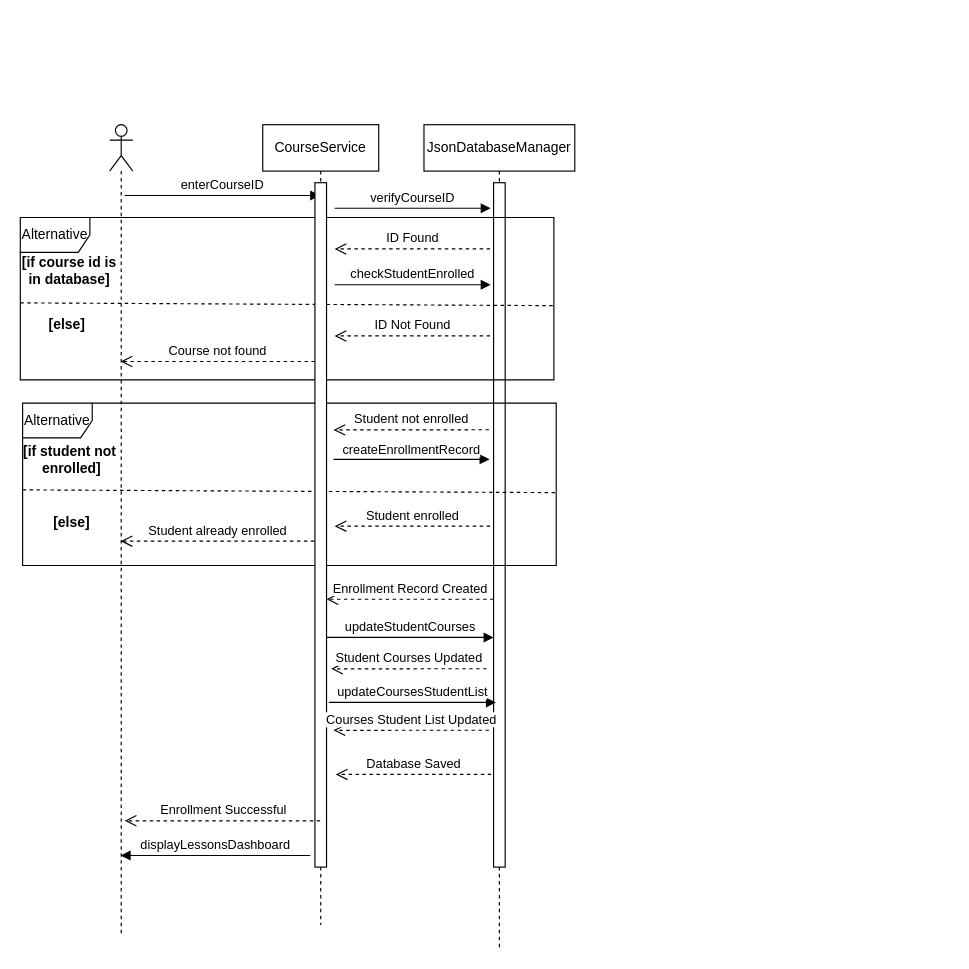
Before: sequenceDiagram.drawio in catray05/prog2_lab6, a draw.io diagram. Source tidied: cells renumbered, new cells numbered last; positions are measured from the earlier drawing's top-left corner, leaving out a move shared by most shapes. Both pictures are drawn from the tidied source at 116%, with x=0, y=0 at pixel (20, 124).
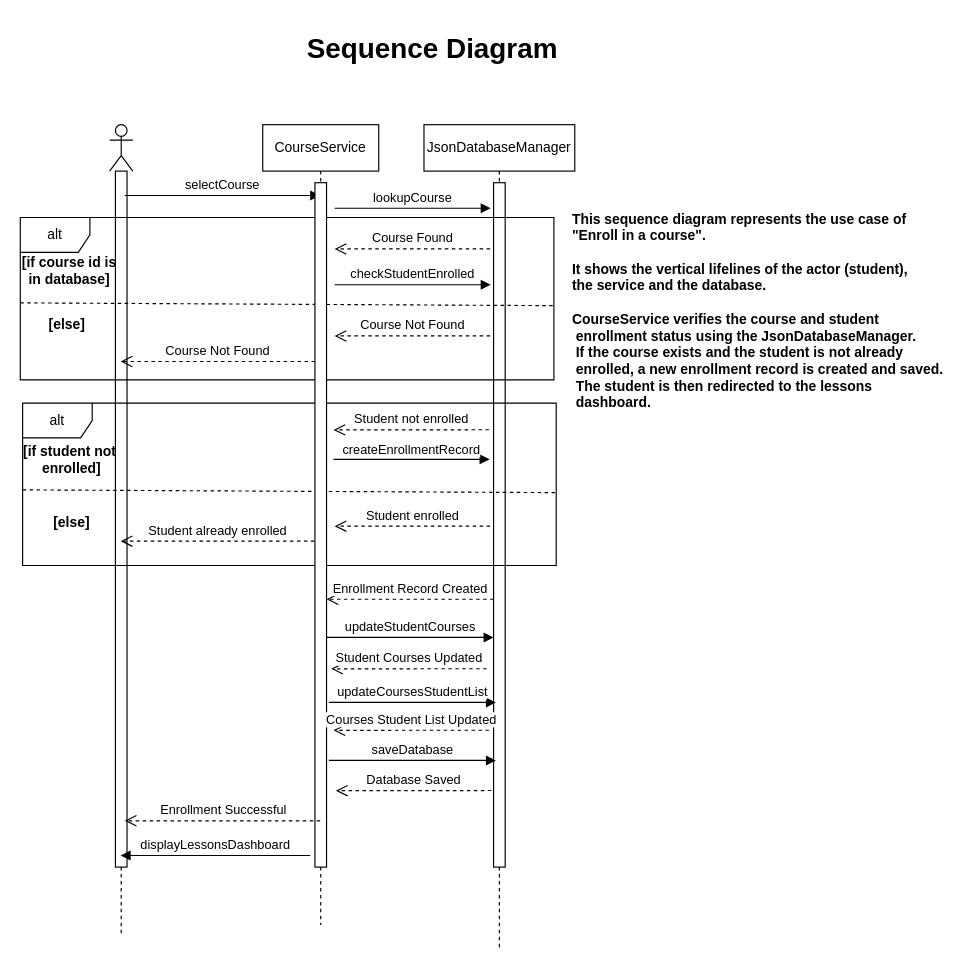
The same diagram, later.

Commit message:
added brief description

The change refers to these unchanged cells:
```xml
<mxCell id="2" style="shape=umlLifeline;perimeter=lifelinePerimeter;whiteSpace=wrap;html=1;outlineConnect=0;portConstraint=eastwest;newEdgeStyle={&quot;curved&quot;:0,&quot;rounded&quot;:0};participant=umlActor;" parent="1" vertex="1">
  <mxGeometry x="77" width="20" height="700" as="geometry" />
</mxCell>
<mxCell id="3" value="CourseService" style="shape=umlLifeline;perimeter=lifelinePerimeter;whiteSpace=wrap;html=1;outlineConnect=0;portConstraint=eastwest;newEdgeStyle={&quot;curved&quot;:0,&quot;rounded&quot;:0};" parent="1" vertex="1">
  <mxGeometry x="209" width="100" height="690" as="geometry" />
</mxCell>
```

Diff of the diagram source:
```diff
@@
+    <mxCell id="33" style="html=1;perimeter=orthogonalPerimeter;targetShapes=umlLifeline;newEdgeStyle={&quot;curved&quot;:0,&quot;rounded&quot;:0};" parent="2" vertex="1">
+      <mxGeometry x="5" y="40" width="10" height="600" as="geometry" />
+    </mxCell>
@@
-    <mxCell id="6" value="enterCourseID" style="html=1;verticalAlign=bottom;endArrow=block;curved=0;rounded=0;" parent="1" edge="1" target="3">
+    <mxCell id="6" value="selectCourse" style="html=1;verticalAlign=bottom;endArrow=block;curved=0;rounded=0;" parent="1" edge="1" target="3">
       <mxGeometry relative="1" as="geometry">
         <mxPoint x="90" y="61" as="sourcePoint" />
       </mxGeometry>
     </mxCell>
-    <mxCell id="7" value="verifyCourseID" style="html=1;verticalAlign=bottom;endArrow=block;curved=0;rounded=0;" parent="1" edge="1">
+    <mxCell id="7" value="lookupCourse" style="html=1;verticalAlign=bottom;endArrow=block;curved=0;rounded=0;" parent="1" edge="1">
       <mxGeometry relative="1" as="geometry">
         <mxPoint x="271" y="72" as="sourcePoint" />
         <mxPoint x="405.5" y="72" as="targetPoint" />
       </mxGeometry>
     </mxCell>
-    <mxCell id="8" value="ID Found" style="html=1;verticalAlign=bottom;endArrow=open;dashed=1;endSize=8;curved=0;rounded=0;entryX=0.5;entryY=0.367;entryDx=0;entryDy=0;entryPerimeter=0;" parent="1" edge="1">
+    <mxCell id="8" value="Course Found" style="html=1;verticalAlign=bottom;endArrow=open;dashed=1;endSize=8;curved=0;rounded=0;entryX=0.5;entryY=0.367;entryDx=0;entryDy=0;entryPerimeter=0;" parent="1" edge="1">
       <mxGeometry relative="1" as="geometry">
         <mxPoint x="405" y="107" as="sourcePoint" />
         <mxPoint x="271" y="107.1" as="targetPoint" />
       </mxGeometry>
     </mxCell>
-    <mxCell id="9" value="ID Not Found" style="html=1;verticalAlign=bottom;endArrow=open;dashed=1;endSize=8;curved=0;rounded=0;entryX=0.5;entryY=0.367;entryDx=0;entryDy=0;entryPerimeter=0;" parent="1" edge="1">
+    <mxCell id="9" value="Course Not Found" style="html=1;verticalAlign=bottom;endArrow=open;dashed=1;endSize=8;curved=0;rounded=0;entryX=0.5;entryY=0.367;entryDx=0;entryDy=0;entryPerimeter=0;" parent="1" edge="1">
       <mxGeometry relative="1" as="geometry">
         <mxPoint x="405" y="182" as="sourcePoint" />
         <mxPoint x="271" y="182.1" as="targetPoint" />
       </mxGeometry>
     </mxCell>
-    <mxCell id="10" value="Alternative" style="shape=umlFrame;whiteSpace=wrap;html=1;" parent="1" vertex="1">
+    <mxCell id="10" value="alt" style="shape=umlFrame;whiteSpace=wrap;html=1;" parent="1" vertex="1">
       <mxGeometry y="80" width="460" height="140" as="geometry" />
     </mxCell>
@@
-    <mxCell id="15" value="Course not found" style="html=1;verticalAlign=bottom;endArrow=open;dashed=1;endSize=8;curved=0;rounded=0;" parent="1" edge="1" target="2">
+    <mxCell id="15" value="Course Not Found" style="html=1;verticalAlign=bottom;endArrow=open;dashed=1;endSize=8;curved=0;rounded=0;" parent="1" edge="1" target="2">
       <mxGeometry relative="1" as="geometry">
         <mxPoint x="254" y="204.1" as="sourcePoint" />
       </mxGeometry>
     </mxCell>
-    <mxCell id="16" value="Alternative" style="shape=umlFrame;whiteSpace=wrap;html=1;" parent="1" vertex="1">
+    <mxCell id="16" value="alt" style="shape=umlFrame;whiteSpace=wrap;html=1;" parent="1" vertex="1">
       <mxGeometry x="2" y="240" width="460" height="140" as="geometry" />
     </mxCell>
@@
     <mxCell id="30" value="Database Saved" style="html=1;verticalAlign=bottom;endArrow=open;dashed=1;endSize=8;curved=0;rounded=0;entryX=0.5;entryY=0.367;entryDx=0;entryDy=0;entryPerimeter=0;" parent="1" edge="1">
       <mxGeometry relative="1" as="geometry">
-        <mxPoint x="406" y="560" as="sourcePoint" />
-        <mxPoint x="272" y="560.1" as="targetPoint" />
+        <mxPoint x="406" y="574" as="sourcePoint" />
+        <mxPoint x="272" y="574.1" as="targetPoint" />
       </mxGeometry>
     </mxCell>
@@
+    <mxCell id="34" value="saveDatabase" style="html=1;verticalAlign=bottom;endArrow=block;curved=0;rounded=0;" parent="1" edge="1">
+      <mxGeometry relative="1" as="geometry">
+        <mxPoint x="266" y="548" as="sourcePoint" />
+        <mxPoint x="410" y="548" as="targetPoint" />
+      </mxGeometry>
+    </mxCell>
+    <mxCell id="35" value="&lt;font style=&quot;font-size: 24px;&quot;&gt;Sequence Diagram&lt;/font&gt;" style="text;align=center;fontStyle=1;verticalAlign=middle;spacingLeft=3;spacingRight=3;strokeColor=none;html=1;" parent="1" vertex="1">
+      <mxGeometry x="130" y="-90" width="450" height="50" as="geometry" />
+    </mxCell>
+    <mxCell id="36" value="This sequence diagram represents the use case of&lt;br&gt;&quot;Enroll in a course&quot;.&lt;div&gt;&lt;br&gt;&lt;/div&gt;&lt;div&gt;It shows the vertical lifelines of the actor (student),&amp;nbsp;&lt;br&gt;the service and the database.&lt;/div&gt;&lt;div&gt;&lt;br&gt;&lt;/div&gt;&lt;div&gt;CourseService verifies the course and student&lt;/div&gt;&lt;div&gt;&amp;nbsp;enrollment status using the JsonDatabaseManager.&lt;/div&gt;&lt;div&gt;&amp;nbsp;If the course exists and the student is not already&lt;/div&gt;&lt;div&gt;&amp;nbsp;enrolled, a new enrollment record is created and saved.&lt;/div&gt;&lt;div&gt;&amp;nbsp;The student is then redirected to the lessons&lt;/div&gt;&lt;div&gt;&amp;nbsp;dashboard.&lt;br&gt;&lt;br&gt;&lt;br&gt;&lt;/div&gt;" style="text;align=left;fontStyle=1;verticalAlign=middle;spacingLeft=3;spacingRight=3;strokeColor=none;html=1;" parent="1" vertex="1">
+      <mxGeometry x="471" y="70" width="329" height="210" as="geometry" />
+    </mxCell>
```
